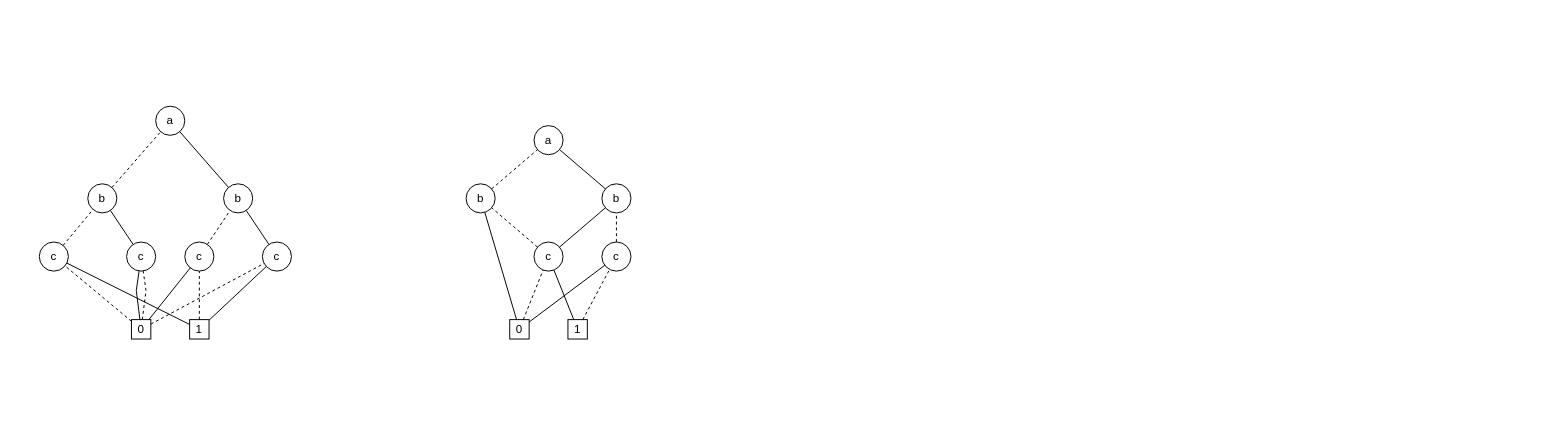
The draw.io diagram Untitled Diagram.drawio in Arya-Yazdi/CSE259-HW6, before the edit. Source tidied: cells renumbered, new cells numbered last; positions are measured from the earlier drawing's top-left corner, leaving out a move shared by most shapes. Both pictures are drawn from the tidied source at 97%, with x=0, y=0 at pixel (39, 106).
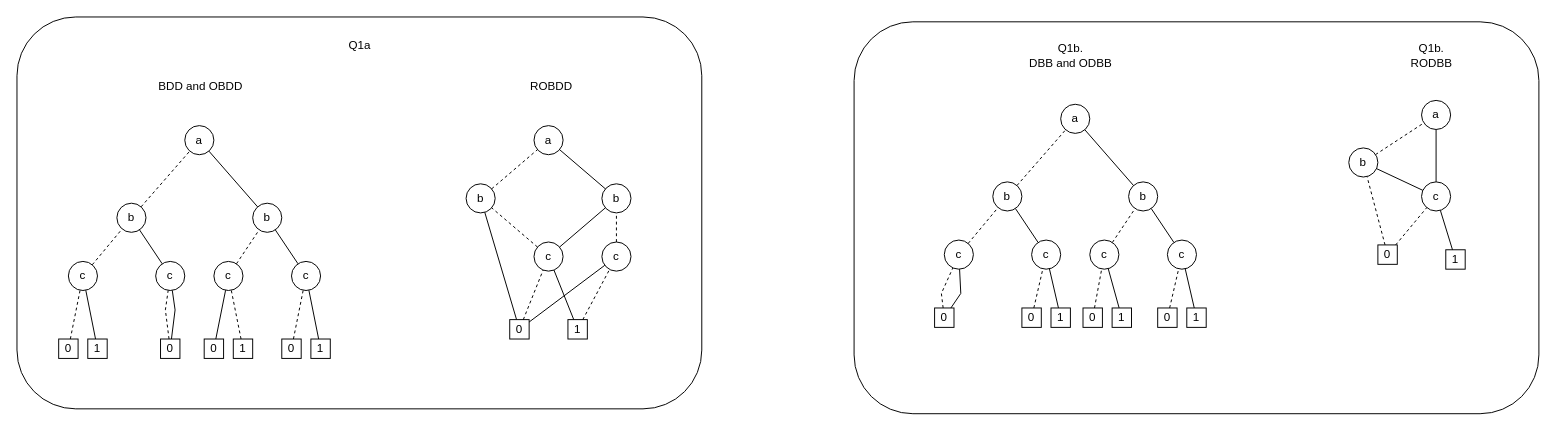
The same diagram, later.

The edit, as a diff of the source:
```diff
@@
-    <mxCell id="2" value="a" style="ellipse;whiteSpace=wrap;html=1;" parent="1" vertex="1">
-      <mxGeometry x="120" width="30" height="30" as="geometry" />
-    </mxCell>
-    <mxCell id="3" value="b" style="ellipse;whiteSpace=wrap;html=1;" parent="1" vertex="1">
-      <mxGeometry x="50" y="80" width="30" height="30" as="geometry" />
-    </mxCell>
-    <mxCell id="4" value="b" style="ellipse;whiteSpace=wrap;html=1;" parent="1" vertex="1">
-      <mxGeometry x="190" y="80" width="30" height="30" as="geometry" />
-    </mxCell>
-    <mxCell id="5" style="endArrow=none;dashed=1;html=1;rounded=0;" parent="1" edge="1" source="3" target="2">
-      <mxGeometry relative="1" as="geometry" />
-    </mxCell>
-    <mxCell id="6" style="endArrow=none;html=1;rounded=0;" parent="1" edge="1" source="4" target="2">
-      <mxGeometry relative="1" as="geometry" />
-    </mxCell>
-    <mxCell id="7" value="c" style="ellipse;whiteSpace=wrap;html=1;" parent="1" vertex="1">
-      <mxGeometry y="140" width="30" height="30" as="geometry" />
-    </mxCell>
-    <mxCell id="8" value="c" style="ellipse;whiteSpace=wrap;html=1;" parent="1" vertex="1">
-      <mxGeometry x="90" y="140" width="30" height="30" as="geometry" />
-    </mxCell>
-    <mxCell id="9" value="c" style="ellipse;whiteSpace=wrap;html=1;" parent="1" vertex="1">
-      <mxGeometry x="150" y="140" width="30" height="30" as="geometry" />
-    </mxCell>
-    <mxCell id="10" value="c" style="ellipse;whiteSpace=wrap;html=1;" parent="1" vertex="1">
-      <mxGeometry x="230" y="140" width="30" height="30" as="geometry" />
-    </mxCell>
-    <mxCell id="11" style="endArrow=none;dashed=1;html=1;rounded=0;" parent="1" edge="1" source="9" target="4">
-      <mxGeometry relative="1" as="geometry" />
-    </mxCell>
-    <mxCell id="12" style="endArrow=none;dashed=1;html=1;rounded=0;" parent="1" edge="1" source="7" target="3">
-      <mxGeometry relative="1" as="geometry" />
-    </mxCell>
-    <mxCell id="13" style="endArrow=none;html=1;rounded=0;" parent="1" edge="1" source="8" target="3">
-      <mxGeometry relative="1" as="geometry" />
-    </mxCell>
-    <mxCell id="14" style="endArrow=none;html=1;rounded=0;" parent="1" edge="1" source="10" target="4">
-      <mxGeometry relative="1" as="geometry" />
-    </mxCell>
-    <mxCell id="15" value="0" style="whiteSpace=wrap;html=1;" parent="1" vertex="1">
-      <mxGeometry x="95" y="220" width="20" height="20" as="geometry" />
-    </mxCell>
-    <mxCell id="16" value="1" style="whiteSpace=wrap;html=1;" parent="1" vertex="1">
-      <mxGeometry x="155" y="220" width="20" height="20" as="geometry" />
-    </mxCell>
-    <mxCell id="17" style="endArrow=none;dashed=1;html=1;rounded=0;" parent="1" edge="1" source="15" target="7">
-      <mxGeometry relative="1" as="geometry" />
-    </mxCell>
-    <mxCell id="18" style="endArrow=none;html=1;rounded=0;" parent="1" edge="1" source="7" target="16">
-      <mxGeometry relative="1" as="geometry" />
-    </mxCell>
-    <mxCell id="19" style="endArrow=none;dashed=1;html=1;rounded=0;" parent="1" edge="1" source="15" target="8">
-      <mxGeometry relative="1" as="geometry">
-        <Array as="points">
-          <mxPoint x="110" y="190" />
-        </Array>
-      </mxGeometry>
-    </mxCell>
-    <mxCell id="20" style="endArrow=none;html=1;rounded=0;" parent="1" edge="1" source="15" target="8">
-      <mxGeometry relative="1" as="geometry">
-        <Array as="points">
-          <mxPoint x="100" y="190" />
-        </Array>
-      </mxGeometry>
-    </mxCell>
-    <mxCell id="21" style="endArrow=none;dashed=1;html=1;rounded=0;" parent="1" edge="1" source="16" target="9">
-      <mxGeometry relative="1" as="geometry" />
-    </mxCell>
-    <mxCell id="22" style="endArrow=none;html=1;rounded=0;" parent="1" edge="1" source="15" target="9">
-      <mxGeometry relative="1" as="geometry" />
-    </mxCell>
-    <mxCell id="23" style="endArrow=none;dashed=1;html=1;rounded=0;" parent="1" edge="1" source="15" target="10">
-      <mxGeometry relative="1" as="geometry" />
-    </mxCell>
-    <mxCell id="24" style="endArrow=none;html=1;rounded=0;" parent="1" edge="1" source="16" target="10">
-      <mxGeometry relative="1" as="geometry" />
-    </mxCell>
+    <mxCell id="42" style="rounded=1;whiteSpace=wrap;html=1;" parent="1" vertex="1">
+      <mxGeometry x="840" y="-87" width="706" height="404" as="geometry" />
+    </mxCell>
+    <mxCell id="43" style="rounded=1;whiteSpace=wrap;html=1;" parent="1" vertex="1">
+      <mxGeometry x="-23" y="-92" width="706" height="404" as="geometry" />
+    </mxCell>
@@
+    <mxCell id="44" value="&amp;nbsp;ROBDD" style="text;html=1;align=center;verticalAlign=middle;strokeColor=none;fillColor=none;" parent="1" vertex="1">
+      <mxGeometry x="493" y="-33" width="65" height="26" as="geometry" />
+    </mxCell>
+    <mxCell id="45" value="a" style="ellipse;whiteSpace=wrap;html=1;" parent="1" vertex="1">
+      <mxGeometry x="150" y="20" width="30" height="30" as="geometry" />
+    </mxCell>
+    <mxCell id="46" value="b" style="ellipse;whiteSpace=wrap;html=1;" parent="1" vertex="1">
+      <mxGeometry x="80" y="100" width="30" height="30" as="geometry" />
+    </mxCell>
+    <mxCell id="47" value="b" style="ellipse;whiteSpace=wrap;html=1;" parent="1" vertex="1">
+      <mxGeometry x="220" y="100" width="30" height="30" as="geometry" />
+    </mxCell>
+    <mxCell id="48" style="endArrow=none;dashed=1;html=1;rounded=0;" parent="1" edge="1" source="46" target="45">
+      <mxGeometry relative="1" as="geometry" />
+    </mxCell>
+    <mxCell id="49" style="endArrow=none;html=1;rounded=0;" parent="1" edge="1" source="47" target="45">
+      <mxGeometry relative="1" as="geometry" />
+    </mxCell>
+    <mxCell id="50" value="c" style="ellipse;whiteSpace=wrap;html=1;" parent="1" vertex="1">
+      <mxGeometry x="30" y="160" width="30" height="30" as="geometry" />
+    </mxCell>
+    <mxCell id="51" value="c" style="ellipse;whiteSpace=wrap;html=1;" parent="1" vertex="1">
+      <mxGeometry x="120" y="160" width="30" height="30" as="geometry" />
+    </mxCell>
+    <mxCell id="52" value="c" style="ellipse;whiteSpace=wrap;html=1;" parent="1" vertex="1">
+      <mxGeometry x="180" y="160" width="30" height="30" as="geometry" />
+    </mxCell>
+    <mxCell id="53" value="c" style="ellipse;whiteSpace=wrap;html=1;" parent="1" vertex="1">
+      <mxGeometry x="260" y="160" width="30" height="30" as="geometry" />
+    </mxCell>
+    <mxCell id="54" style="endArrow=none;dashed=1;html=1;rounded=0;" parent="1" edge="1" source="52" target="47">
+      <mxGeometry relative="1" as="geometry" />
+    </mxCell>
+    <mxCell id="55" style="endArrow=none;dashed=1;html=1;rounded=0;" parent="1" edge="1" source="50" target="46">
+      <mxGeometry relative="1" as="geometry" />
+    </mxCell>
+    <mxCell id="56" style="endArrow=none;html=1;rounded=0;" parent="1" edge="1" source="51" target="46">
+      <mxGeometry relative="1" as="geometry" />
+    </mxCell>
+    <mxCell id="57" style="endArrow=none;html=1;rounded=0;" parent="1" edge="1" source="53" target="47">
+      <mxGeometry relative="1" as="geometry" />
+    </mxCell>
+    <mxCell id="58" value="0" style="whiteSpace=wrap;html=1;" parent="1" vertex="1">
+      <mxGeometry x="250" y="240" width="20" height="20" as="geometry" />
+    </mxCell>
+    <mxCell id="59" value="1" style="whiteSpace=wrap;html=1;" parent="1" vertex="1">
+      <mxGeometry x="280" y="240" width="20" height="20" as="geometry" />
+    </mxCell>
+    <mxCell id="60" style="endArrow=none;dashed=1;html=1;rounded=0;" parent="1" edge="1" source="69" target="50">
+      <mxGeometry relative="1" as="geometry" />
+    </mxCell>
+    <mxCell id="61" style="endArrow=none;html=1;rounded=0;" parent="1" edge="1" source="50" target="70">
+      <mxGeometry relative="1" as="geometry" />
+    </mxCell>
+    <mxCell id="62" style="endArrow=none;dashed=1;html=1;rounded=0;" parent="1" edge="1" source="71" target="51">
+      <mxGeometry relative="1" as="geometry">
+        <Array as="points">
+          <mxPoint x="130" y="210" />
+        </Array>
+      </mxGeometry>
+    </mxCell>
+    <mxCell id="63" style="endArrow=none;html=1;rounded=0;" parent="1" edge="1" source="71" target="51">
+      <mxGeometry relative="1" as="geometry">
+        <Array as="points">
+          <mxPoint x="140" y="210" />
+        </Array>
+      </mxGeometry>
+    </mxCell>
+    <mxCell id="64" style="endArrow=none;dashed=1;html=1;rounded=0;" parent="1" edge="1" source="73" target="52">
+      <mxGeometry relative="1" as="geometry" />
+    </mxCell>
+    <mxCell id="65" style="endArrow=none;html=1;rounded=0;" parent="1" edge="1" source="72" target="52">
+      <mxGeometry relative="1" as="geometry" />
+    </mxCell>
+    <mxCell id="66" style="endArrow=none;dashed=1;html=1;rounded=0;" parent="1" edge="1" source="58" target="53">
+      <mxGeometry relative="1" as="geometry" />
+    </mxCell>
+    <mxCell id="67" style="endArrow=none;html=1;rounded=0;" parent="1" edge="1" source="59" target="53">
+      <mxGeometry relative="1" as="geometry" />
+    </mxCell>
+    <mxCell id="68" value="BDD and OBDD" style="text;html=1;align=center;verticalAlign=middle;strokeColor=none;fillColor=none;" parent="1" vertex="1">
+      <mxGeometry x="113" y="-33" width="105" height="26" as="geometry" />
+    </mxCell>
+    <mxCell id="69" value="0" style="whiteSpace=wrap;html=1;" parent="1" vertex="1">
+      <mxGeometry x="20" y="240" width="20" height="20" as="geometry" />
+    </mxCell>
+    <mxCell id="70" value="1" style="whiteSpace=wrap;html=1;" parent="1" vertex="1">
+      <mxGeometry x="50" y="240" width="20" height="20" as="geometry" />
+    </mxCell>
+    <mxCell id="71" value="0" style="whiteSpace=wrap;html=1;" parent="1" vertex="1">
+      <mxGeometry x="125" y="240" width="20" height="20" as="geometry" />
+    </mxCell>
+    <mxCell id="72" value="0" style="whiteSpace=wrap;html=1;" parent="1" vertex="1">
+      <mxGeometry x="170" y="240" width="20" height="20" as="geometry" />
+    </mxCell>
+    <mxCell id="73" value="1" style="whiteSpace=wrap;html=1;" parent="1" vertex="1">
+      <mxGeometry x="200" y="240" width="20" height="20" as="geometry" />
+    </mxCell>
+    <mxCell id="74" value="Q1a" style="text;html=1;align=center;verticalAlign=middle;strokeColor=none;fillColor=none;" parent="1" vertex="1">
+      <mxGeometry x="309.5" y="-75" width="41" height="26" as="geometry" />
+    </mxCell>
+    <mxCell id="75" value="a" style="ellipse;whiteSpace=wrap;html=1;" parent="1" vertex="1">
+      <mxGeometry x="1053" y="-2" width="30" height="30" as="geometry" />
+    </mxCell>
+    <mxCell id="76" value="b" style="ellipse;whiteSpace=wrap;html=1;" parent="1" vertex="1">
+      <mxGeometry x="983" y="78" width="30" height="30" as="geometry" />
+    </mxCell>
+    <mxCell id="77" value="b" style="ellipse;whiteSpace=wrap;html=1;" parent="1" vertex="1">
+      <mxGeometry x="1123" y="78" width="30" height="30" as="geometry" />
+    </mxCell>
+    <mxCell id="78" style="endArrow=none;dashed=1;html=1;rounded=0;" parent="1" edge="1" source="76" target="75">
+      <mxGeometry relative="1" as="geometry" />
+    </mxCell>
+    <mxCell id="79" style="endArrow=none;html=1;rounded=0;" parent="1" edge="1" source="77" target="75">
+      <mxGeometry relative="1" as="geometry" />
+    </mxCell>
+    <mxCell id="80" value="c" style="ellipse;whiteSpace=wrap;html=1;" parent="1" vertex="1">
+      <mxGeometry x="933" y="138" width="30" height="30" as="geometry" />
+    </mxCell>
+    <mxCell id="81" value="c" style="ellipse;whiteSpace=wrap;html=1;" parent="1" vertex="1">
+      <mxGeometry x="1023" y="138" width="30" height="30" as="geometry" />
+    </mxCell>
+    <mxCell id="82" value="c" style="ellipse;whiteSpace=wrap;html=1;" parent="1" vertex="1">
+      <mxGeometry x="1083" y="138" width="30" height="30" as="geometry" />
+    </mxCell>
+    <mxCell id="83" value="c" style="ellipse;whiteSpace=wrap;html=1;" parent="1" vertex="1">
+      <mxGeometry x="1163" y="138" width="30" height="30" as="geometry" />
+    </mxCell>
+    <mxCell id="84" style="endArrow=none;dashed=1;html=1;rounded=0;" parent="1" edge="1" source="82" target="77">
+      <mxGeometry relative="1" as="geometry" />
+    </mxCell>
+    <mxCell id="85" style="endArrow=none;dashed=1;html=1;rounded=0;" parent="1" edge="1" source="80" target="76">
+      <mxGeometry relative="1" as="geometry" />
+    </mxCell>
+    <mxCell id="86" style="endArrow=none;html=1;rounded=0;" parent="1" edge="1" source="81" target="76">
+      <mxGeometry relative="1" as="geometry" />
+    </mxCell>
+    <mxCell id="87" style="endArrow=none;html=1;rounded=0;" parent="1" edge="1" source="83" target="77">
+      <mxGeometry relative="1" as="geometry" />
+    </mxCell>
+    <mxCell id="88" value="0" style="whiteSpace=wrap;html=1;" parent="1" vertex="1">
+      <mxGeometry x="923" y="208" width="20" height="20" as="geometry" />
+    </mxCell>
+    <mxCell id="89" value="0" style="whiteSpace=wrap;html=1;" parent="1" vertex="1">
+      <mxGeometry x="1013" y="208" width="20" height="20" as="geometry" />
+    </mxCell>
+    <mxCell id="90" value="1" style="whiteSpace=wrap;html=1;" parent="1" vertex="1">
+      <mxGeometry x="1043" y="208" width="20" height="20" as="geometry" />
+    </mxCell>
+    <mxCell id="91" value="0" style="whiteSpace=wrap;html=1;" parent="1" vertex="1">
+      <mxGeometry x="1076" y="208" width="20" height="20" as="geometry" />
+    </mxCell>
+    <mxCell id="92" value="1" style="whiteSpace=wrap;html=1;" parent="1" vertex="1">
+      <mxGeometry x="1106" y="208" width="20" height="20" as="geometry" />
+    </mxCell>
+    <mxCell id="93" value="0" style="whiteSpace=wrap;html=1;" parent="1" vertex="1">
+      <mxGeometry x="1153" y="208" width="20" height="20" as="geometry" />
+    </mxCell>
+    <mxCell id="94" value="1" style="whiteSpace=wrap;html=1;" parent="1" vertex="1">
+      <mxGeometry x="1183" y="208" width="20" height="20" as="geometry" />
+    </mxCell>
+    <mxCell id="95" style="endArrow=none;dashed=1;html=1;rounded=0;" parent="1" edge="1" source="88" target="80">
+      <mxGeometry relative="1" as="geometry">
+        <Array as="points">
+          <mxPoint x="930" y="193" />
+        </Array>
+      </mxGeometry>
+    </mxCell>
+    <mxCell id="96" style="endArrow=none;html=1;rounded=0;" parent="1" edge="1" source="88" target="80">
+      <mxGeometry relative="1" as="geometry">
+        <Array as="points">
+          <mxPoint x="950" y="193" />
+        </Array>
+      </mxGeometry>
+    </mxCell>
+    <mxCell id="97" style="endArrow=none;dashed=1;html=1;rounded=0;" parent="1" edge="1" source="89" target="81">
+      <mxGeometry relative="1" as="geometry" />
+    </mxCell>
+    <mxCell id="98" style="endArrow=none;html=1;rounded=0;" parent="1" edge="1" source="90" target="81">
+      <mxGeometry relative="1" as="geometry" />
+    </mxCell>
+    <mxCell id="99" style="endArrow=none;dashed=1;html=1;rounded=0;" parent="1" edge="1" source="91" target="82">
+      <mxGeometry relative="1" as="geometry" />
+    </mxCell>
+    <mxCell id="100" style="endArrow=none;html=1;rounded=0;" parent="1" edge="1" source="92" target="82">
+      <mxGeometry relative="1" as="geometry" />
+    </mxCell>
+    <mxCell id="101" style="endArrow=none;dashed=1;html=1;rounded=0;" parent="1" edge="1" source="93" target="83">
+      <mxGeometry relative="1" as="geometry" />
+    </mxCell>
+    <mxCell id="102" style="endArrow=none;html=1;rounded=0;" parent="1" edge="1" source="94" target="83">
+      <mxGeometry relative="1" as="geometry" />
+    </mxCell>
+    <mxCell id="103" value="Q1b.&lt;br&gt;DBB and ODBB" style="text;html=1;align=center;verticalAlign=middle;strokeColor=none;fillColor=none;" parent="1" vertex="1">
+      <mxGeometry x="1008" y="-72" width="110" height="40" as="geometry" />
+    </mxCell>
+    <mxCell id="104" value="a" style="ellipse;whiteSpace=wrap;html=1;" parent="1" vertex="1">
+      <mxGeometry x="1425" y="-6" width="30" height="30" as="geometry" />
+    </mxCell>
+    <mxCell id="105" value="b" style="ellipse;whiteSpace=wrap;html=1;" parent="1" vertex="1">
+      <mxGeometry x="1350" y="43" width="30" height="30" as="geometry" />
+    </mxCell>
+    <mxCell id="106" style="endArrow=none;dashed=1;html=1;rounded=0;" parent="1" edge="1" source="105" target="104">
+      <mxGeometry relative="1" as="geometry" />
+    </mxCell>
+    <mxCell id="107" style="endArrow=none;html=1;rounded=0;" parent="1" edge="1" source="108" target="104">
+      <mxGeometry relative="1" as="geometry" />
+    </mxCell>
+    <mxCell id="108" value="c" style="ellipse;whiteSpace=wrap;html=1;" parent="1" vertex="1">
+      <mxGeometry x="1425" y="78" width="30" height="30" as="geometry" />
+    </mxCell>
+    <mxCell id="109" style="endArrow=none;dashed=1;html=1;rounded=0;" parent="1" edge="1" source="111" target="105">
+      <mxGeometry relative="1" as="geometry" />
+    </mxCell>
+    <mxCell id="110" style="endArrow=none;html=1;rounded=0;" parent="1" edge="1" source="108" target="105">
+      <mxGeometry relative="1" as="geometry" />
+    </mxCell>
+    <mxCell id="111" value="0" style="whiteSpace=wrap;html=1;" parent="1" vertex="1">
+      <mxGeometry x="1380" y="143" width="20" height="20" as="geometry" />
+    </mxCell>
+    <mxCell id="112" value="1" style="whiteSpace=wrap;html=1;" parent="1" vertex="1">
+      <mxGeometry x="1450" y="148" width="20" height="20" as="geometry" />
+    </mxCell>
+    <mxCell id="113" style="endArrow=none;dashed=1;html=1;rounded=0;" parent="1" edge="1" source="111" target="108">
+      <mxGeometry relative="1" as="geometry" />
+    </mxCell>
+    <mxCell id="114" style="endArrow=none;html=1;rounded=0;" parent="1" edge="1" source="112" target="108">
+      <mxGeometry relative="1" as="geometry" />
+    </mxCell>
+    <mxCell id="115" value="Q1b.&lt;br&gt;RODBB" style="text;html=1;align=center;verticalAlign=middle;strokeColor=none;fillColor=none;" parent="1" vertex="1">
+      <mxGeometry x="1400" y="-72" width="70" height="40" as="geometry" />
+    </mxCell>
```
